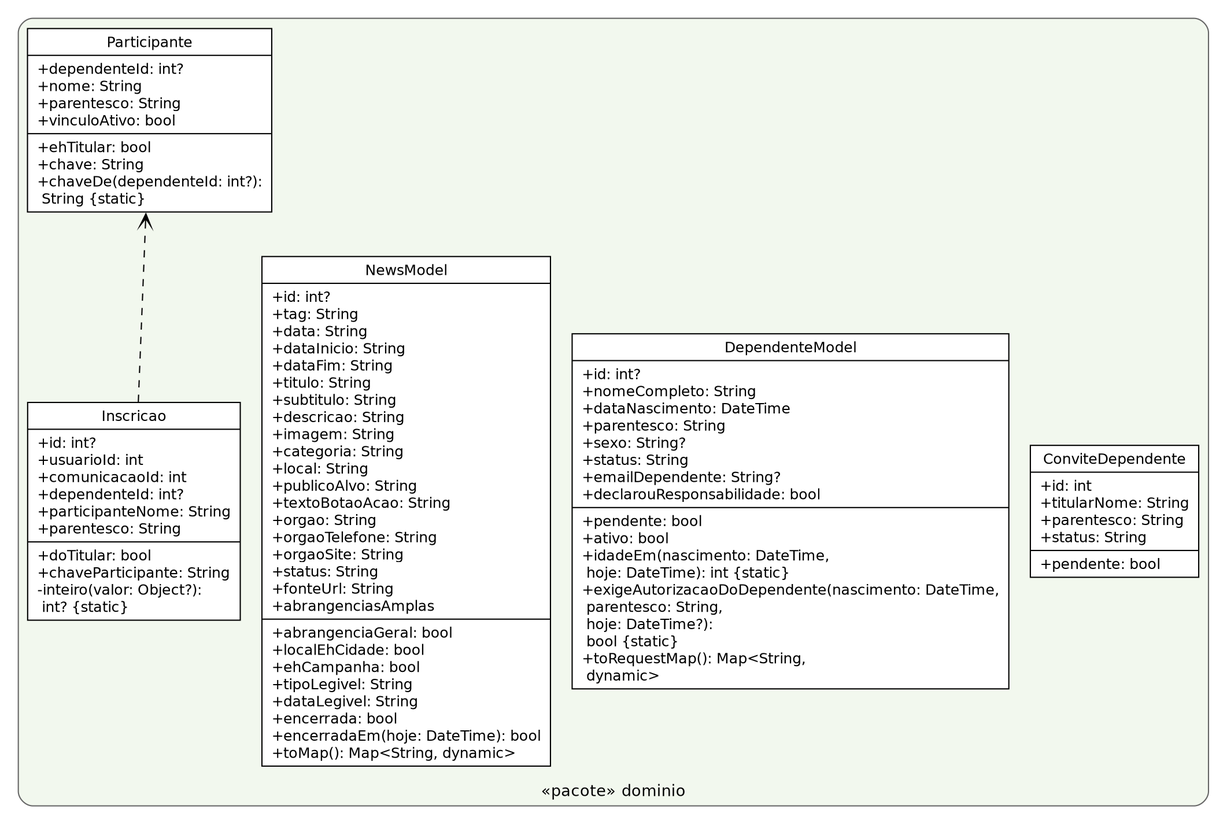
Conecta-Vida/Conecta-Vida-Mobile keeps this Graphviz diagram as qualidade/relatorios/classes-b-dominio.png. Above is the earlier version. Its source is kept beside it as qualidade/relatorios/classes-b-dominio.dot. Source of this version:
```dot
digraph classes {
rankdir=BT; nodesep=0.25; ranksep=0.5; pad=0.1; concentrate=true;
node [shape=record, fontname="DejaVu Sans", fontsize=12, style=filled, fillcolor="#ffffff"];
edge [fontname="DejaVu Sans", fontsize=11];
subgraph cluster_0 { label="«pacote» dominio"; style="rounded,filled"; fillcolor="#f2f8ee"; color=gray40; fontname="DejaVu Sans"; fontsize=13; labelloc=t;
  Inscricao [label="{Inscricao|+id: int?\l+usuarioId: int\l+comunicacaoId: int\l+dependenteId: int?\l+participanteNome: String\l+parentesco: String\l|+doTitular: bool\l+chaveParticipante: String\l-inteiro(valor: Object?):\l      int? \{static\}\l}"];
  Participante [label="{Participante|+dependenteId: int?\l+nome: String\l+parentesco: String\l+vinculoAtivo: bool\l|+ehTitular: bool\l+chave: String\l+chaveDe(dependenteId: int?):\l      String \{static\}\l}"];
  NewsModel [label="{NewsModel|+id: int?\l+tag: String\l+data: String\l+dataInicio: String\l+dataFim: String\l+titulo: String\l+subtitulo: String\l+descricao: String\l+imagem: String\l+categoria: String\l+local: String\l+publicoAlvo: String\l+textoBotaoAcao: String\l+orgao: String\l+orgaoTelefone: String\l+orgaoSite: String\l+status: String\l+fonteUrl: String\l+abrangenciasAmplas\l|+abrangenciaGeral: bool\l+localEhCidade: bool\l+ehCampanha: bool\l+tipoLegivel: String\l+dataLegivel: String\l+encerrada: bool\l+encerradaEm(hoje: DateTime): bool\l+toMap(): Map&lt;String, dynamic&gt;\l}"];
  DependenteModel [label="{DependenteModel|+id: int?\l+nomeCompleto: String\l+dataNascimento: DateTime\l+parentesco: String\l+sexo: String?\l+status: String\l+emailDependente: String?\l+declarouResponsabilidade: bool\l|+pendente: bool\l+ativo: bool\l+idadeEm(nascimento: DateTime,\l      hoje: DateTime): int \{static\}\l+exigeAutorizacaoDoDependente(nascimento: DateTime,\l      parentesco: String,\l      hoje: DateTime?):\l      bool \{static\}\l+toRequestMap(): Map&lt;String,\l      dynamic&gt;\l}"];
  ConviteDependente [label="{ConviteDependente|+id: int\l+titularNome: String\l+parentesco: String\l+status: String\l|+pendente: bool\l}"];
}
  Inscricao -> Participante [arrowhead=vee, style=dashed];
}
```
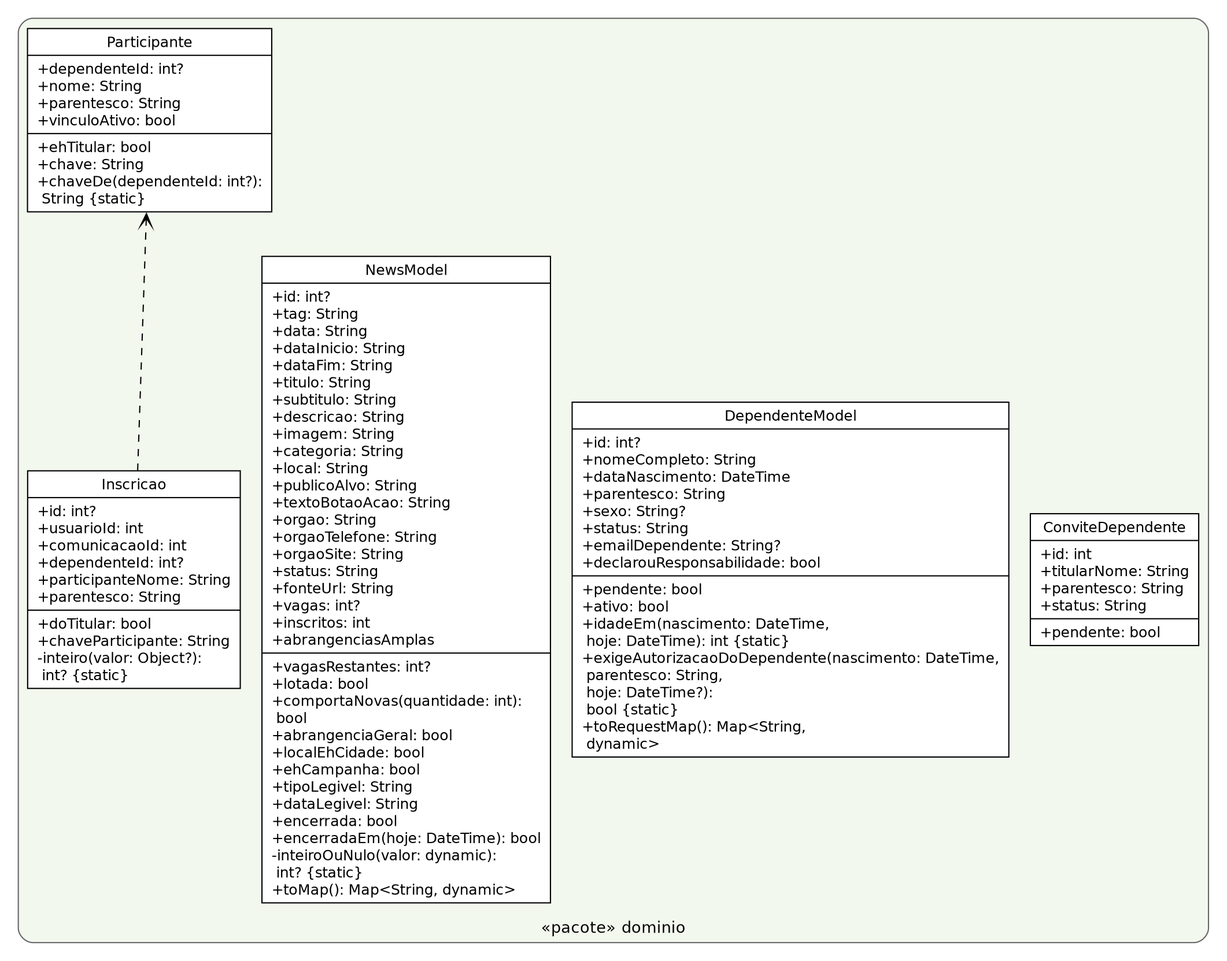
After the commit.

The edit, as a diff of the source:
```diff
@@ -5,7 +5,7 @@
 subgraph cluster_0 { label="«pacote» dominio"; style="rounded,filled"; fillcolor="#f2f8ee"; color=gray40; fontname="DejaVu Sans"; fontsize=13; labelloc=t;
   Inscricao [label="{Inscricao|+id: int?\l+usuarioId: int\l+comunicacaoId: int\l+dependenteId: int?\l+participanteNome: String\l+parentesco: String\l|+doTitular: bool\l+chaveParticipante: String\l-inteiro(valor: Object?):\l      int? \{static\}\l}"];
   Participante [label="{Participante|+dependenteId: int?\l+nome: String\l+parentesco: String\l+vinculoAtivo: bool\l|+ehTitular: bool\l+chave: String\l+chaveDe(dependenteId: int?):\l      String \{static\}\l}"];
-  NewsModel [label="{NewsModel|+id: int?\l+tag: String\l+data: String\l+dataInicio: String\l+dataFim: String\l+titulo: String\l+subtitulo: String\l+descricao: String\l+imagem: String\l+categoria: String\l+local: String\l+publicoAlvo: String\l+textoBotaoAcao: String\l+orgao: String\l+orgaoTelefone: String\l+orgaoSite: String\l+status: String\l+fonteUrl: String\l+abrangenciasAmplas\l|+abrangenciaGeral: bool\l+localEhCidade: bool\l+ehCampanha: bool\l+tipoLegivel: String\l+dataLegivel: String\l+encerrada: bool\l+encerradaEm(hoje: DateTime): bool\l+toMap(): Map&lt;String, dynamic&gt;\l}"];
+  NewsModel [label="{NewsModel|+id: int?\l+tag: String\l+data: String\l+dataInicio: String\l+dataFim: String\l+titulo: String\l+subtitulo: String\l+descricao: String\l+imagem: String\l+categoria: String\l+local: String\l+publicoAlvo: String\l+textoBotaoAcao: String\l+orgao: String\l+orgaoTelefone: String\l+orgaoSite: String\l+status: String\l+fonteUrl: String\l+vagas: int?\l+inscritos: int\l+abrangenciasAmplas\l|+vagasRestantes: int?\l+lotada: bool\l+comportaNovas(quantidade: int):\l      bool\l+abrangenciaGeral: bool\l+localEhCidade: bool\l+ehCampanha: bool\l+tipoLegivel: String\l+dataLegivel: String\l+encerrada: bool\l+encerradaEm(hoje: DateTime): bool\l-inteiroOuNulo(valor: dynamic):\l      int? \{static\}\l+toMap(): Map&lt;String, dynamic&gt;\l}"];
   DependenteModel [label="{DependenteModel|+id: int?\l+nomeCompleto: String\l+dataNascimento: DateTime\l+parentesco: String\l+sexo: String?\l+status: String\l+emailDependente: String?\l+declarouResponsabilidade: bool\l|+pendente: bool\l+ativo: bool\l+idadeEm(nascimento: DateTime,\l      hoje: DateTime): int \{static\}\l+exigeAutorizacaoDoDependente(nascimento: DateTime,\l      parentesco: String,\l      hoje: DateTime?):\l      bool \{static\}\l+toRequestMap(): Map&lt;String,\l      dynamic&gt;\l}"];
   ConviteDependente [label="{ConviteDependente|+id: int\l+titularNome: String\l+parentesco: String\l+status: String\l|+pendente: bool\l}"];
 }
```
